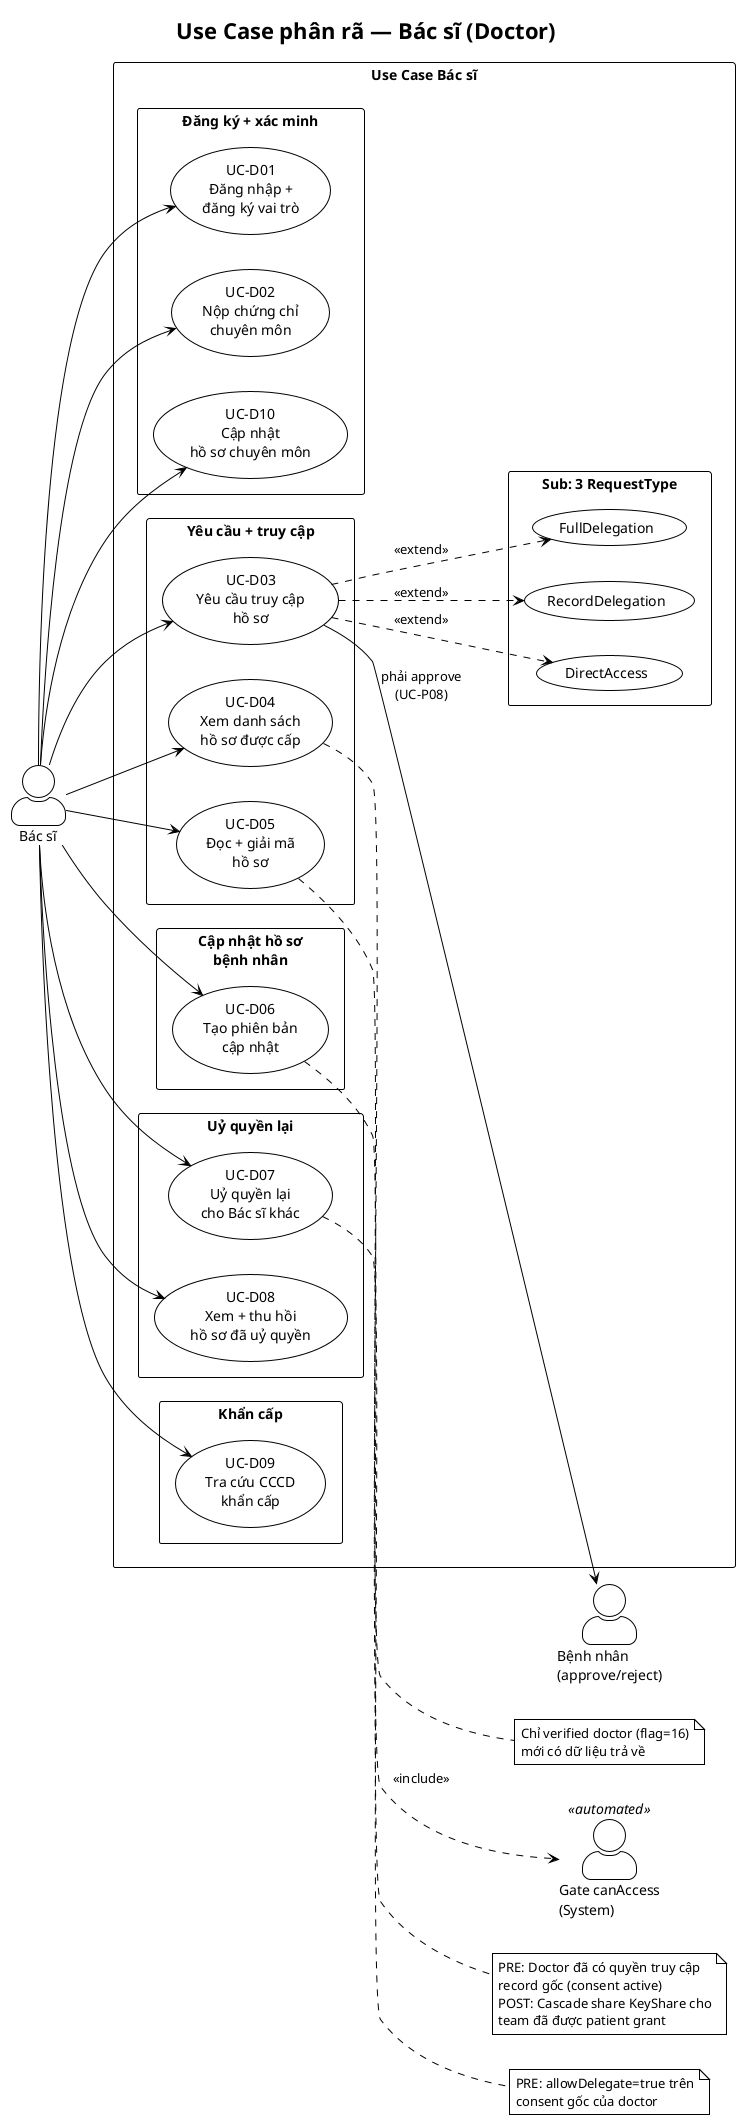
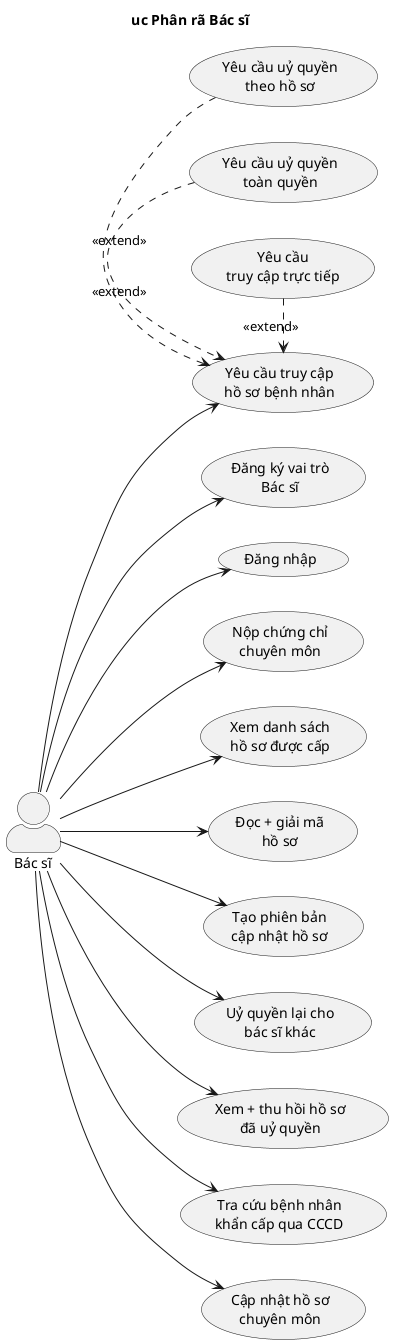
- @startuml usecase-doctor
- !theme plain
+ @startuml uc-bac-si
+ title uc Phân rã Bác sĩ
left to right direction
skinparam packageStyle rectangle
skinparam actorStyle awesome
- title Use Case phân rã — Bác sĩ (Doctor)

actor "Bác sĩ" as Doctor
- actor "Bệnh nhân\n(approve/reject)" as Patient
- actor "Gate canAccess\n(System)" as Gate << automated >>

- rectangle "Use Case Bác sĩ" {
+ usecase "Đăng ký vai trò\nBác sĩ" as UC_Register
+ usecase "Đăng nhập" as UC_Login

-   package "Đăng ký + xác minh" {
-     usecase "UC-D01\nĐăng nhập +\nđăng ký vai trò" as UCD01
-     usecase "UC-D02\nNộp chứng chỉ\nchuyên môn" as UCD02
-     usecase "UC-D10\nCập nhật\nhồ sơ chuyên môn" as UCD10
-   }
+ usecase "Nộp chứng chỉ\nchuyên môn" as UC_Submit

-   package "Yêu cầu + truy cập" {
-     usecase "UC-D03\nYêu cầu truy cập\nhồ sơ" as UCD03
-     usecase "UC-D04\nXem danh sách\nhồ sơ được cấp" as UCD04
-     usecase "UC-D05\nĐọc + giải mã\nhồ sơ" as UCD05
-   }
+ usecase "Yêu cầu truy cập\nhồ sơ bệnh nhân" as UC_Request
+ usecase "Yêu cầu\ntruy cập trực tiếp" as UC_RequestDirect
+ usecase "Yêu cầu uỷ quyền\ntheo hồ sơ" as UC_RequestRecord
+ usecase "Yêu cầu uỷ quyền\ntoàn quyền" as UC_RequestFull

-   package "Cập nhật hồ sơ\nbệnh nhân" {
-     usecase "UC-D06\nTạo phiên bản\ncập nhật" as UCD06
-   }
+ usecase "Xem danh sách\nhồ sơ được cấp" as UC_List
+ usecase "Đọc + giải mã\nhồ sơ" as UC_Read

-   package "Uỷ quyền lại" {
-     usecase "UC-D07\nUỷ quyền lại\ncho Bác sĩ khác" as UCD07
-     usecase "UC-D08\nXem + thu hồi\nhồ sơ đã uỷ quyền" as UCD08
-   }
+ usecase "Tạo phiên bản\ncập nhật hồ sơ" as UC_AddVersion

-   package "Khẩn cấp" {
-     usecase "UC-D09\nTra cứu CCCD\nkhẩn cấp" as UCD09
-   }
+ usecase "Uỷ quyền lại cho\nbác sĩ khác" as UC_Delegate
+ usecase "Xem + thu hồi hồ sơ\nđã uỷ quyền" as UC_Outgoing

-   package "Sub: 3 RequestType" {
-     usecase "DirectAccess" as RTA
-     usecase "RecordDelegation" as RTB
-     usecase "FullDelegation" as RTC
-   }
- }
+ usecase "Tra cứu bệnh nhân\nkhẩn cấp qua CCCD" as UC_Emergency

- Doctor --> UCD01
- Doctor --> UCD02
- Doctor --> UCD03
- Doctor --> UCD04
- Doctor --> UCD05
- Doctor --> UCD06
- Doctor --> UCD07
- Doctor --> UCD08
- Doctor --> UCD09
- Doctor --> UCD10
+ usecase "Cập nhật hồ sơ\nchuyên môn" as UC_EditProfile

- UCD03 --> Patient : phải approve\n(UC-P08)
- UCD05 ..> Gate : <<include>>
+ Doctor --> UC_Register
+ Doctor --> UC_Login
+ Doctor --> UC_Submit
+ Doctor --> UC_Request
+ Doctor --> UC_List
+ Doctor --> UC_Read
+ Doctor --> UC_AddVersion
+ Doctor --> UC_Delegate
+ Doctor --> UC_Outgoing
+ Doctor --> UC_Emergency
+ Doctor --> UC_EditProfile

- UCD03 ..> RTA : <<extend>>
- UCD03 ..> RTB : <<extend>>
- UCD03 ..> RTC : <<extend>>
- 
- note right of UCD04
-   Chỉ verified doctor (flag=16)
-   mới có dữ liệu trả về
- end note
- 
- note right of UCD06
-   PRE: Doctor đã có quyền truy cập
-   record gốc (consent active)
-   POST: Cascade share KeyShare cho
-   team đã được patient grant
- end note
- 
- note right of UCD07
-   PRE: allowDelegate=true trên
-   consent gốc của doctor
- end note
+ UC_RequestDirect .> UC_Request : <<extend>>
+ UC_RequestRecord .> UC_Request : <<extend>>
+ UC_RequestFull   .> UC_Request : <<extend>>

@enduml
